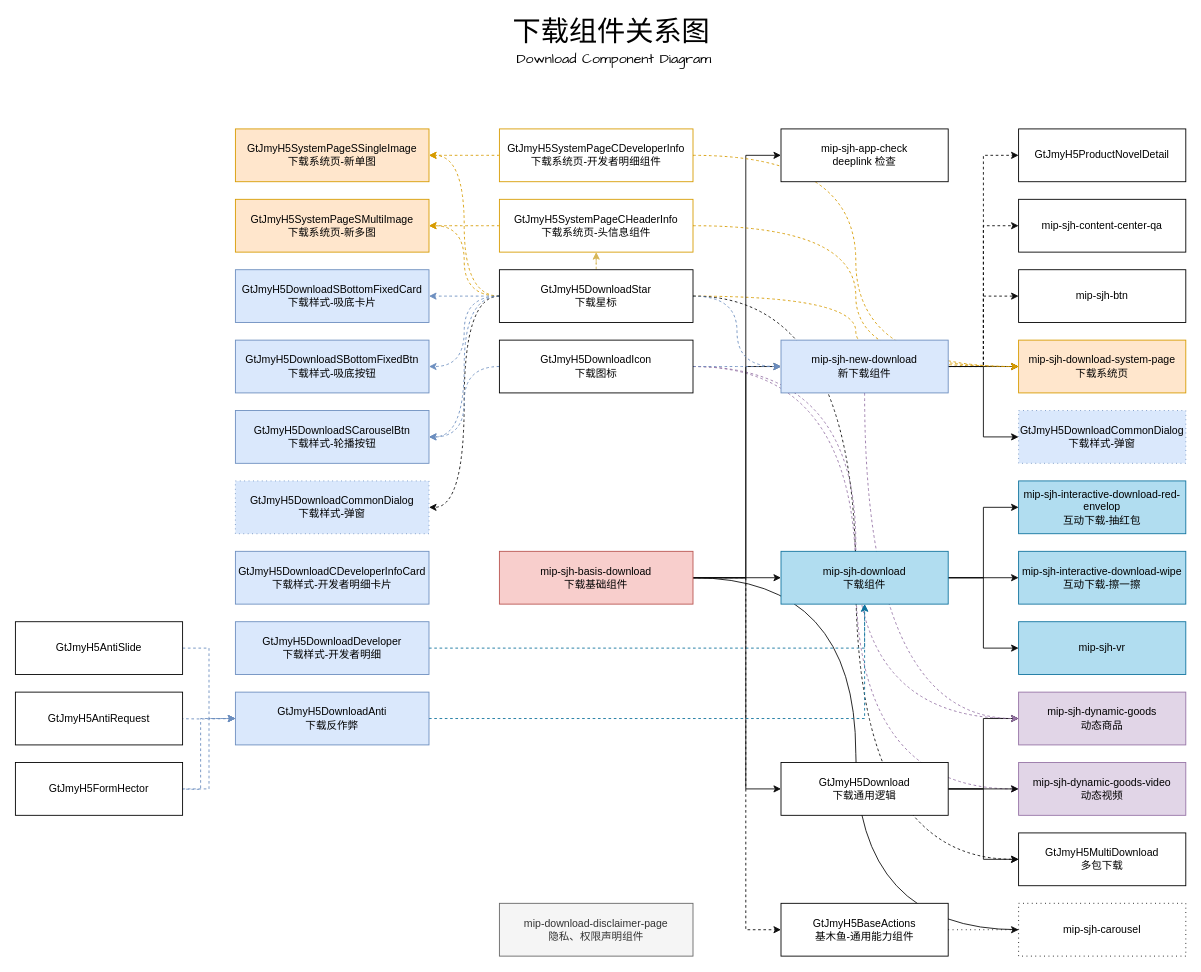
qqqqqcy/processon keeps this draw.io diagram as 下载组件整理.drawio. Above is the earlier version. Source tidied: cells renumbered, new cells numbered last; positions are measured from the earlier drawing's top-left corner, leaving out a move shared by most shapes. Both pictures are drawn from the tidied source at 88%, with x=0, y=0 at pixel (15, 18).
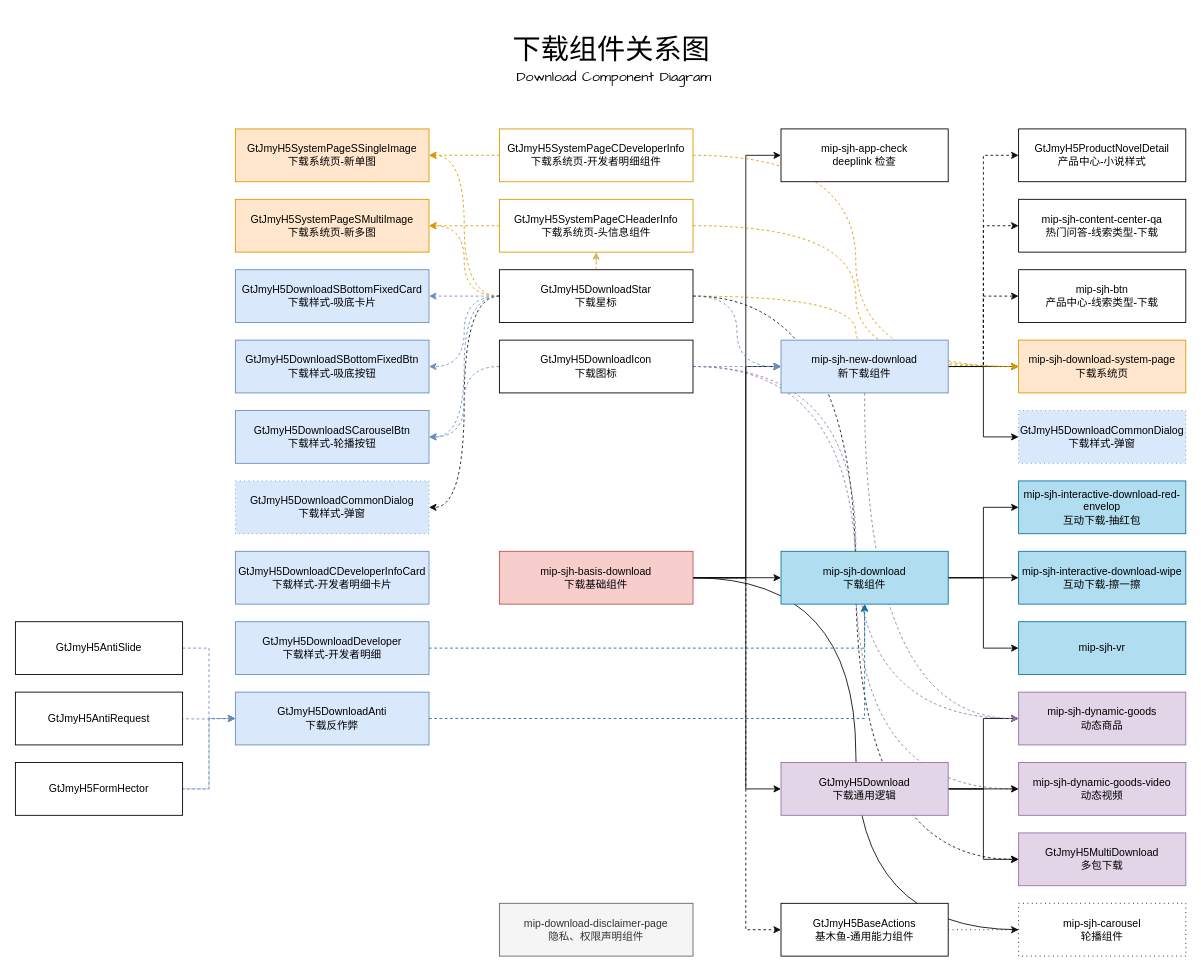
After the change.

Commit message (it also covers changes not shown here):
Update 下载组件整理.drawio

Unchanged cells that the change refers to:
```xml
<mxCell id="54" value="GtJmyH5DownloadAnti&lt;br&gt;下载反作弊" style="rounded=0;whiteSpace=wrap;html=1;fillColor=#dae8fc;strokeColor=#6c8ebf;" parent="1" vertex="1">
  <mxGeometry x="250" y="765" width="220" height="60" as="geometry" />
</mxCell>
```

The edit, as a diff of the source:
```diff
@@
-<mxGraphModel>
+<mxGraphModel background="#ffffff">
@@
-    <mxCell id="12" value="mip-sjh-basis-download&lt;br&gt;下载基础组件" style="rounded=0;whiteSpace=wrap;html=1;fillColor=#f8cecc;strokeColor=#b85450;" parent="1" vertex="1">
+    <mxCell id="12" value="mip-sjh-basis-download&lt;br&gt;下载基础组件" style="rounded=0;whiteSpace=wrap;html=1;fillColor=#f8cecc;strokeColor=#b85450;strokeWidth=1;" parent="1" vertex="1">
       <mxGeometry x="550" y="605" width="220" height="60" as="geometry" />
     </mxCell>
@@
-    <mxCell id="16" value="GtJmyH5Download&lt;br&gt;下载通用逻辑" style="rounded=0;whiteSpace=wrap;html=1;" parent="1" vertex="1">
+    <mxCell id="16" value="GtJmyH5Download&lt;br&gt;下载通用逻辑" style="rounded=0;whiteSpace=wrap;html=1;fillColor=#e1d5e7;strokeColor=#9673a6;" parent="1" vertex="1">
       <mxGeometry x="870" y="845" width="190" height="60" as="geometry" />
     </mxCell>
@@
-    <mxCell id="18" value="GtJmyH5MultiDownload&lt;br&gt;多包下载" style="rounded=0;whiteSpace=wrap;html=1;" parent="1" vertex="1">
+    <mxCell id="18" value="GtJmyH5MultiDownload&lt;br&gt;多包下载" style="rounded=0;whiteSpace=wrap;html=1;fillColor=#e1d5e7;strokeColor=#9673a6;" parent="1" vertex="1">
       <mxGeometry x="1140" y="925" width="190" height="60" as="geometry" />
     </mxCell>
-    <mxCell id="19" value="mip-sjh-carousel" style="rounded=0;whiteSpace=wrap;html=1;dashed=1;dashPattern=1 4;" parent="1" vertex="1">
+    <mxCell id="19" value="mip-sjh-carousel&lt;br&gt;轮播组件" style="rounded=0;whiteSpace=wrap;html=1;dashed=1;dashPattern=1 4;" parent="1" vertex="1">
       <mxGeometry x="1140" y="1005" width="190" height="60" as="geometry" />
     </mxCell>
@@
     <mxCell id="60" style="edgeStyle=orthogonalEdgeStyle;rounded=0;jumpStyle=none;jumpSize=10;jettySize=auto;html=1;entryX=0;entryY=0.5;entryDx=0;entryDy=0;dashed=1;strokeColor=#6c8ebf;strokeWidth=1;fillColor=#dae8fc;" parent="1" edge="1" target="54">
       <mxGeometry relative="1" as="geometry">
         <mxPoint x="170" y="875" as="sourcePoint" />
+        <Array as="points">
+          <mxPoint x="220" y="875" />
+          <mxPoint x="220" y="795" />
+        </Array>
       </mxGeometry>
     </mxCell>
@@
-    <mxCell id="65" value="mip-sjh-content-center-qa" style="rounded=0;whiteSpace=wrap;html=1;" parent="1" vertex="1">
+    <mxCell id="65" value="mip-sjh-content-center-qa&lt;br&gt;热门问答-线索类型-下载" style="rounded=0;whiteSpace=wrap;html=1;" parent="1" vertex="1">
       <mxGeometry x="1140" y="205" width="190" height="60" as="geometry" />
     </mxCell>
-    <mxCell id="66" value="mip-sjh-btn" style="rounded=0;whiteSpace=wrap;html=1;" parent="1" vertex="1">
+    <mxCell id="66" value="mip-sjh-btn&lt;br&gt;产品中心-线索类型-下载" style="rounded=0;whiteSpace=wrap;html=1;" parent="1" vertex="1">
       <mxGeometry x="1140" y="285" width="190" height="60" as="geometry" />
     </mxCell>
-    <mxCell id="67" value="GtJmyH5ProductNovelDetail" style="rounded=0;whiteSpace=wrap;html=1;" parent="1" vertex="1">
+    <mxCell id="67" value="GtJmyH5ProductNovelDetail&lt;br&gt;产品中心-小说样式" style="rounded=0;whiteSpace=wrap;html=1;" parent="1" vertex="1">
       <mxGeometry x="1140" y="125" width="190" height="60" as="geometry" />
     </mxCell>
@@
     <mxCell id="79" value="&lt;font style=&quot;font-size: 32px&quot;&gt;下载组件关系图&lt;/font&gt;" style="text;html=1;align=center;verticalAlign=middle;strokeColor=none;fillColor=none;rounded=0;" parent="1" vertex="1">
-      <mxGeometry x="557" width="240" height="30" as="geometry" />
+      <mxGeometry x="557" y="20" width="240" height="30" as="geometry" />
     </mxCell>
     <mxCell id="80" value="&lt;div&gt;&lt;font style=&quot;font-size: 16px&quot; face=&quot;Comic Sans MS&quot;&gt;Download Component Diagram&lt;/font&gt;&lt;/div&gt;" style="text;html=1;align=center;verticalAlign=middle;strokeColor=none;fillColor=none;fontSize=32;rounded=0;" parent="1" vertex="1">
-      <mxGeometry x="560" y="15" width="240" height="50" as="geometry" />
+      <mxGeometry x="560" y="35" width="240" height="50" as="geometry" />
     </mxCell>
```
